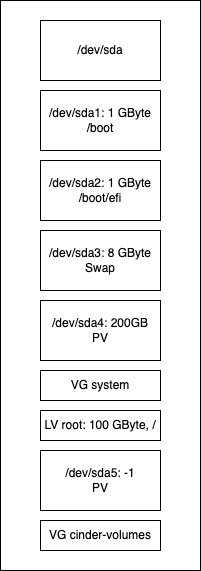
Above: assets/disklayout-cloud-in-a-box-1.drawio.png in osism/node-image (draw.io), before the change. Source tidied: cells renumbered, new cells last; positions are measured from the earlier drawing's top-left corner, leaving out a move shared by most shapes.
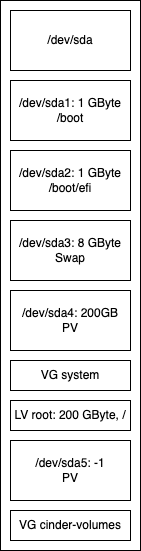
Above is the later version.

What changed in the source:
```diff
@@ -3,7 +3,7 @@
     <mxCell id="0" />
     <mxCell id="1" parent="0" />
     <mxCell id="2" style="rounded=0;whiteSpace=wrap;html=1;" parent="1" vertex="1">
-      <mxGeometry width="200" height="570" as="geometry" />
+      <mxGeometry x="30" y="10" width="140" height="550" as="geometry" />
     </mxCell>
     <mxCell id="3" value="/dev/sda" style="rounded=0;whiteSpace=wrap;html=1;" parent="1" vertex="1">
       <mxGeometry x="40" y="20" width="120" height="60" as="geometry" />
@@ -23,7 +23,7 @@
     <mxCell id="8" value="VG system" style="rounded=0;whiteSpace=wrap;html=1;" parent="1" vertex="1">
       <mxGeometry x="40" y="370" width="120" height="30" as="geometry" />
     </mxCell>
-    <mxCell id="9" value="LV root: 100 GByte, /" style="rounded=0;whiteSpace=wrap;html=1;align=center;labelPosition=center;verticalLabelPosition=middle;verticalAlign=middle;" parent="1" vertex="1">
+    <mxCell id="9" value="LV root: 200 GByte, /" style="rounded=0;whiteSpace=wrap;html=1;align=center;labelPosition=center;verticalLabelPosition=middle;verticalAlign=middle;" parent="1" vertex="1">
       <mxGeometry x="40" y="410" width="120" height="30" as="geometry" />
     </mxCell>
     <mxCell id="10" value="/dev/sda5: -1&lt;br&gt;PV" style="rounded=0;whiteSpace=wrap;html=1;" parent="1" vertex="1">
```
